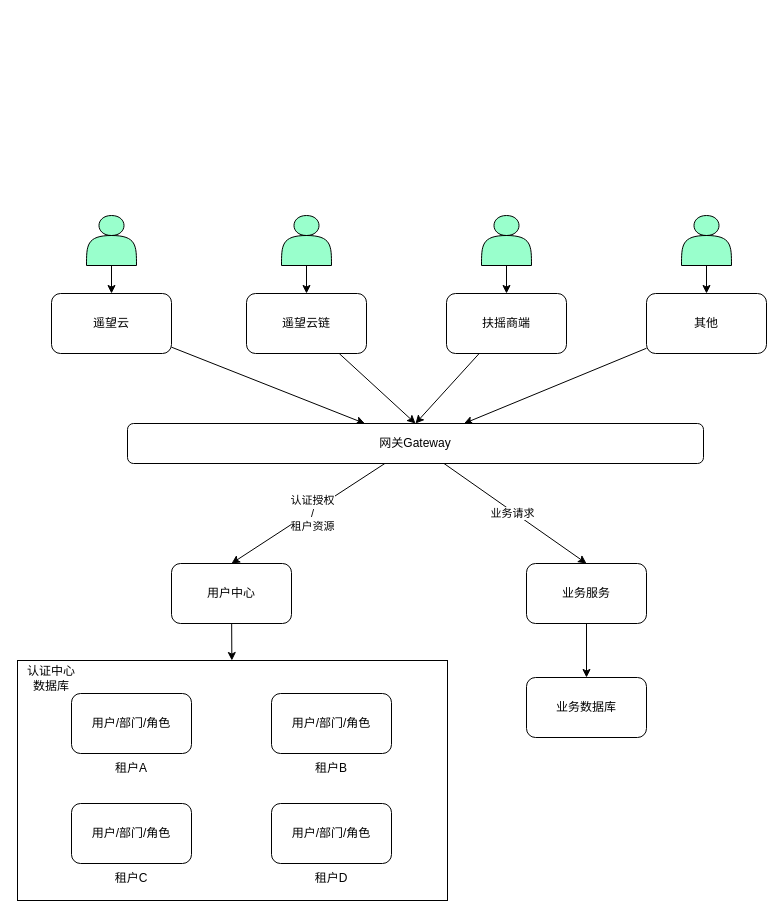
Above: 多租户数据隔离方案.drawio in cn-yiran/design-doc (draw.io), before the change. Source tidied: cells renumbered, new cells numbered last; positions are measured from the earlier drawing's top-left corner, leaving out a move shared by most shapes. Both pictures are drawn from the tidied source at 100%, with x=0, y=0 at pixel (17, 215).
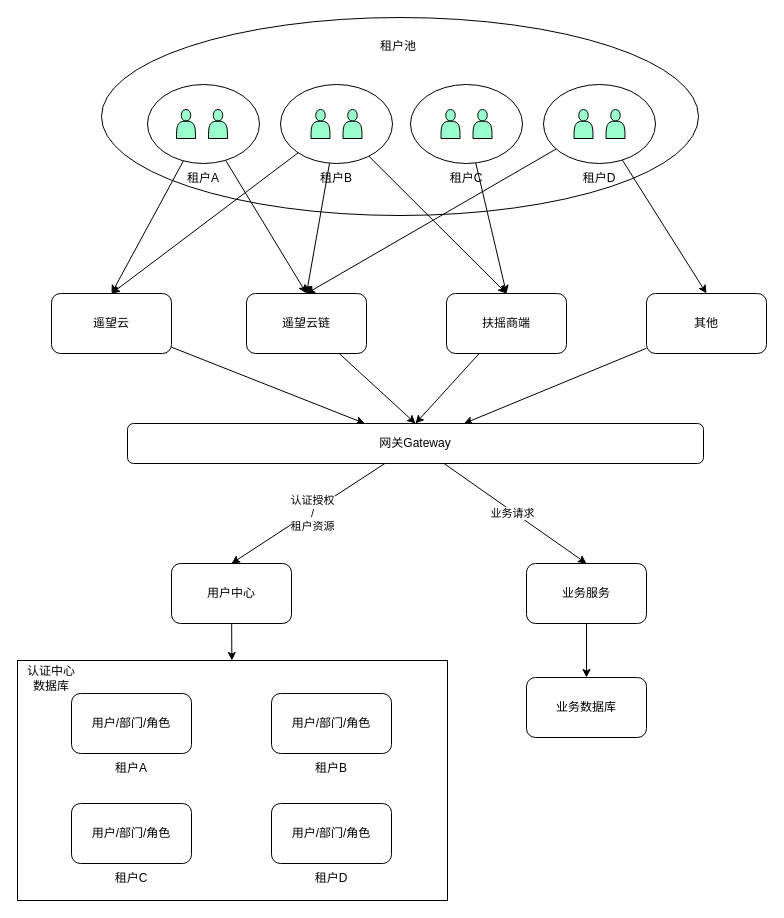
After the change.

Commit message:
更新多租户数据隔离方案.drawio

Unchanged cells that the change refers to:
```xml
<mxCell id="6" value="遥望云" style="rounded=1;whiteSpace=wrap;html=1;" parent="1" vertex="1">
  <mxGeometry x="34" y="78" width="120" height="60" as="geometry" />
</mxCell>
<mxCell id="8" value="遥望云链" style="rounded=1;whiteSpace=wrap;html=1;" parent="1" vertex="1">
  <mxGeometry x="229" y="78" width="120" height="60" as="geometry" />
</mxCell>
<mxCell id="10" value="扶摇商端" style="rounded=1;whiteSpace=wrap;html=1;" parent="1" vertex="1">
  <mxGeometry x="429" y="78" width="120" height="60" as="geometry" />
</mxCell>
<mxCell id="12" value="其他" style="rounded=1;whiteSpace=wrap;html=1;" parent="1" vertex="1">
  <mxGeometry x="629" y="78" width="120" height="60" as="geometry" />
</mxCell>
```

The edit, as a diff of the source:
```diff
@@
-    <mxCell id="3" style="edgeStyle=orthogonalEdgeStyle;rounded=0;jettySize=auto;html=1;" parent="1" edge="1" source="4" target="6">
-      <mxGeometry relative="1" as="geometry" />
-    </mxCell>
-    <mxCell id="4" style="shape=actor;whiteSpace=wrap;html=1;fillColor=#99FFCC;" parent="1" vertex="1">
-      <mxGeometry x="69" width="50" height="50" as="geometry" />
-    </mxCell>
@@
-    <mxCell id="13" style="edgeStyle=orthogonalEdgeStyle;rounded=0;jettySize=auto;html=1;" parent="1" edge="1" source="14" target="8">
-      <mxGeometry relative="1" as="geometry" />
-    </mxCell>
-    <mxCell id="14" style="shape=actor;whiteSpace=wrap;html=1;fillColor=#99FFCC;" parent="1" vertex="1">
-      <mxGeometry x="264" width="50" height="50" as="geometry" />
-    </mxCell>
-    <mxCell id="15" style="edgeStyle=orthogonalEdgeStyle;rounded=0;jettySize=auto;html=1;" parent="1" edge="1" source="16" target="10">
-      <mxGeometry relative="1" as="geometry" />
-    </mxCell>
-    <mxCell id="16" style="shape=actor;whiteSpace=wrap;html=1;fillColor=#99FFCC;" parent="1" vertex="1">
-      <mxGeometry x="464" width="50" height="50" as="geometry" />
-    </mxCell>
-    <mxCell id="17" style="edgeStyle=orthogonalEdgeStyle;rounded=0;jettySize=auto;html=1;" parent="1" edge="1" source="18" target="12">
-      <mxGeometry relative="1" as="geometry" />
-    </mxCell>
-    <mxCell id="18" style="shape=actor;whiteSpace=wrap;html=1;fillColor=#99FFCC;" parent="1" vertex="1">
-      <mxGeometry x="664" width="50" height="50" as="geometry" />
-    </mxCell>
@@
+    <mxCell id="38" style="ellipse;whiteSpace=wrap;html=1;fillColor=#FFFFFF;" parent="1" vertex="1">
+      <mxGeometry x="84" y="-198" width="597" height="198" as="geometry" />
+    </mxCell>
+    <mxCell id="39" value="租户池" style="text;html=1;strokeColor=none;fillColor=none;align=center;verticalAlign=middle;whiteSpace=wrap;rounded=0;" parent="1" vertex="1">
+      <mxGeometry x="351" y="-184" width="60" height="30" as="geometry" />
+    </mxCell>
+    <mxCell id="40" style="edgeStyle=none;rounded=0;jettySize=auto;html=1;entryX=0.5;entryY=0;entryDx=0;entryDy=0;" parent="1" edge="1" source="42" target="6">
+      <mxGeometry relative="1" as="geometry" />
+    </mxCell>
+    <mxCell id="41" style="edgeStyle=none;rounded=0;jettySize=auto;html=1;entryX=0.5;entryY=0;entryDx=0;entryDy=0;" parent="1" edge="1" source="42" target="8">
+      <mxGeometry relative="1" as="geometry" />
+    </mxCell>
+    <mxCell id="42" style="ellipse;whiteSpace=wrap;html=1;fillColor=#FFFFFF;" parent="1" vertex="1">
+      <mxGeometry x="130" y="-131" width="112" height="79" as="geometry" />
+    </mxCell>
+    <mxCell id="43" value="租户A" style="text;html=1;strokeColor=none;fillColor=none;align=center;verticalAlign=middle;whiteSpace=wrap;rounded=0;" parent="1" vertex="1">
+      <mxGeometry x="156" y="-52" width="60" height="30" as="geometry" />
+    </mxCell>
+    <mxCell id="44" style="edgeStyle=none;rounded=0;jettySize=auto;html=1;entryX=0.5;entryY=0;entryDx=0;entryDy=0;" parent="1" edge="1" source="47" target="8">
+      <mxGeometry relative="1" as="geometry" />
+    </mxCell>
+    <mxCell id="45" style="edgeStyle=none;rounded=0;jettySize=auto;html=1;entryX=0.5;entryY=0;entryDx=0;entryDy=0;" parent="1" edge="1" source="47" target="10">
+      <mxGeometry relative="1" as="geometry" />
+    </mxCell>
+    <mxCell id="46" style="edgeStyle=none;rounded=0;jettySize=auto;html=1;entryX=0.5;entryY=0;entryDx=0;entryDy=0;" parent="1" edge="1" source="47" target="6">
+      <mxGeometry relative="1" as="geometry" />
+    </mxCell>
+    <mxCell id="47" style="ellipse;whiteSpace=wrap;html=1;fillColor=#FFFFFF;" parent="1" vertex="1">
+      <mxGeometry x="263" y="-131" width="112" height="79" as="geometry" />
+    </mxCell>
+    <mxCell id="48" value="租户B" style="text;html=1;strokeColor=none;fillColor=none;align=center;verticalAlign=middle;whiteSpace=wrap;rounded=0;" parent="1" vertex="1">
+      <mxGeometry x="289" y="-52" width="60" height="30" as="geometry" />
+    </mxCell>
+    <mxCell id="49" style="edgeStyle=none;rounded=0;jettySize=auto;html=1;entryX=0.5;entryY=0;entryDx=0;entryDy=0;" parent="1" edge="1" source="50" target="10">
+      <mxGeometry relative="1" as="geometry" />
+    </mxCell>
+    <mxCell id="50" style="ellipse;whiteSpace=wrap;html=1;fillColor=#FFFFFF;" parent="1" vertex="1">
+      <mxGeometry x="393" y="-131" width="112" height="79" as="geometry" />
+    </mxCell>
+    <mxCell id="51" value="租户C" style="text;html=1;strokeColor=none;fillColor=none;align=center;verticalAlign=middle;whiteSpace=wrap;rounded=0;" parent="1" vertex="1">
+      <mxGeometry x="419" y="-52" width="60" height="30" as="geometry" />
+    </mxCell>
+    <mxCell id="52" style="edgeStyle=none;rounded=0;jettySize=auto;html=1;entryX=0.5;entryY=0;entryDx=0;entryDy=0;" parent="1" edge="1" source="54" target="12">
+      <mxGeometry relative="1" as="geometry" />
+    </mxCell>
+    <mxCell id="53" style="edgeStyle=none;rounded=0;jettySize=auto;html=1;entryX=0.5;entryY=0;entryDx=0;entryDy=0;" parent="1" edge="1" source="54" target="8">
+      <mxGeometry relative="1" as="geometry" />
+    </mxCell>
+    <mxCell id="54" style="ellipse;whiteSpace=wrap;html=1;fillColor=#FFFFFF;" parent="1" vertex="1">
+      <mxGeometry x="526" y="-131" width="112" height="79" as="geometry" />
+    </mxCell>
+    <mxCell id="55" value="租户D" style="text;html=1;strokeColor=none;fillColor=none;align=center;verticalAlign=middle;whiteSpace=wrap;rounded=0;" parent="1" vertex="1">
+      <mxGeometry x="552" y="-52" width="60" height="30" as="geometry" />
+    </mxCell>
+    <mxCell id="56" style="shape=actor;whiteSpace=wrap;html=1;fillColor=#99FFCC;" parent="1" vertex="1">
+      <mxGeometry x="159" y="-106" width="19" height="29" as="geometry" />
+    </mxCell>
+    <mxCell id="57" style="shape=actor;whiteSpace=wrap;html=1;fillColor=#99FFCC;" parent="1" vertex="1">
+      <mxGeometry x="191" y="-106" width="19" height="29" as="geometry" />
+    </mxCell>
+    <mxCell id="58" style="shape=actor;whiteSpace=wrap;html=1;fillColor=#99FFCC;" parent="1" vertex="1">
+      <mxGeometry x="293.5" y="-106" width="19" height="29" as="geometry" />
+    </mxCell>
+    <mxCell id="59" style="shape=actor;whiteSpace=wrap;html=1;fillColor=#99FFCC;" parent="1" vertex="1">
+      <mxGeometry x="325.5" y="-106" width="19" height="29" as="geometry" />
+    </mxCell>
+    <mxCell id="60" style="shape=actor;whiteSpace=wrap;html=1;fillColor=#99FFCC;" parent="1" vertex="1">
+      <mxGeometry x="423.5" y="-106" width="19" height="29" as="geometry" />
+    </mxCell>
+    <mxCell id="61" style="shape=actor;whiteSpace=wrap;html=1;fillColor=#99FFCC;" parent="1" vertex="1">
+      <mxGeometry x="455.5" y="-106" width="19" height="29" as="geometry" />
+    </mxCell>
+    <mxCell id="62" style="shape=actor;whiteSpace=wrap;html=1;fillColor=#99FFCC;" parent="1" vertex="1">
+      <mxGeometry x="556.5" y="-106" width="19" height="29" as="geometry" />
+    </mxCell>
+    <mxCell id="63" style="shape=actor;whiteSpace=wrap;html=1;fillColor=#99FFCC;" parent="1" vertex="1">
+      <mxGeometry x="588.5" y="-106" width="19" height="29" as="geometry" />
+    </mxCell>
```
